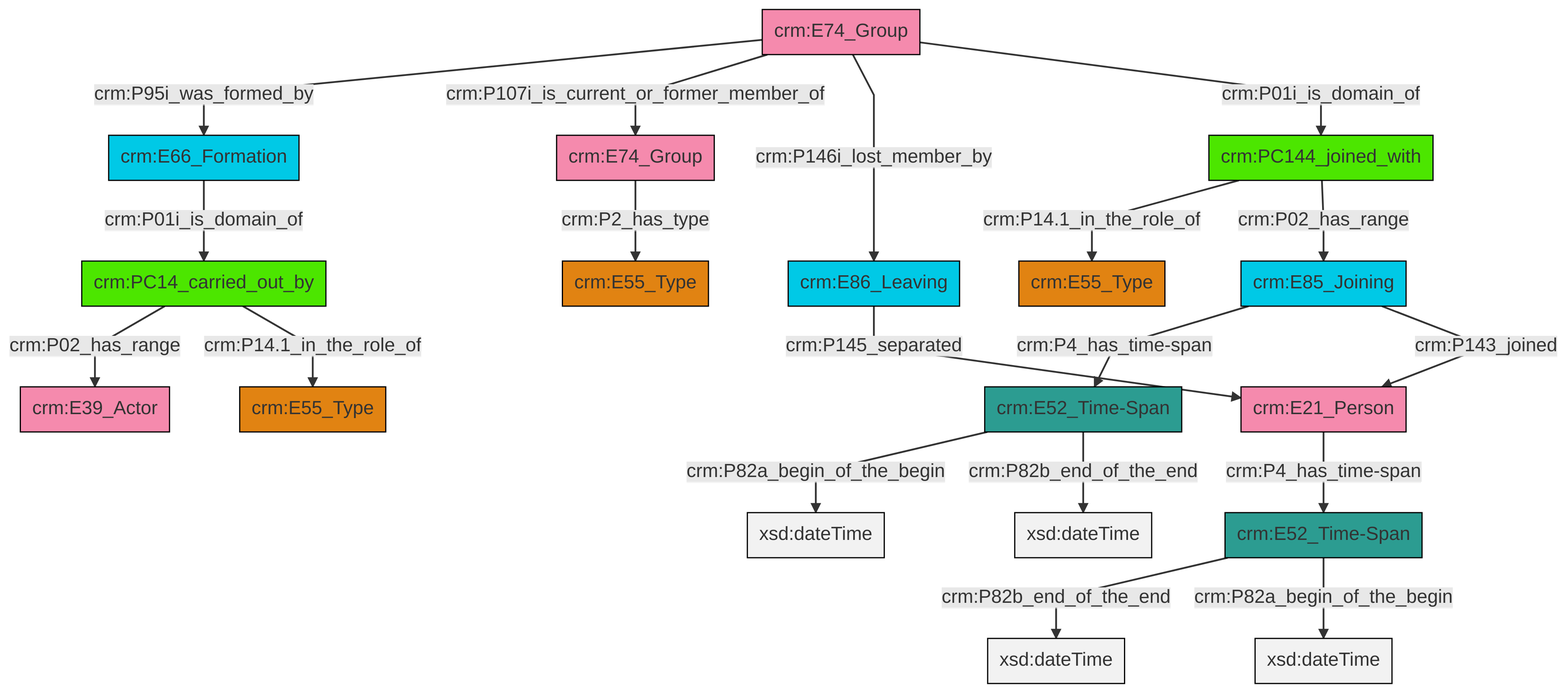
Above: et/groupCSV/ttl/mmd/png/group_actor_relations.png in swiss-art-research-net/reference-data-models (Mermaid), before the change. Its source is kept beside it as et/groupCSV/ttl/mmd/group_actor_relations.ttl.mmd.
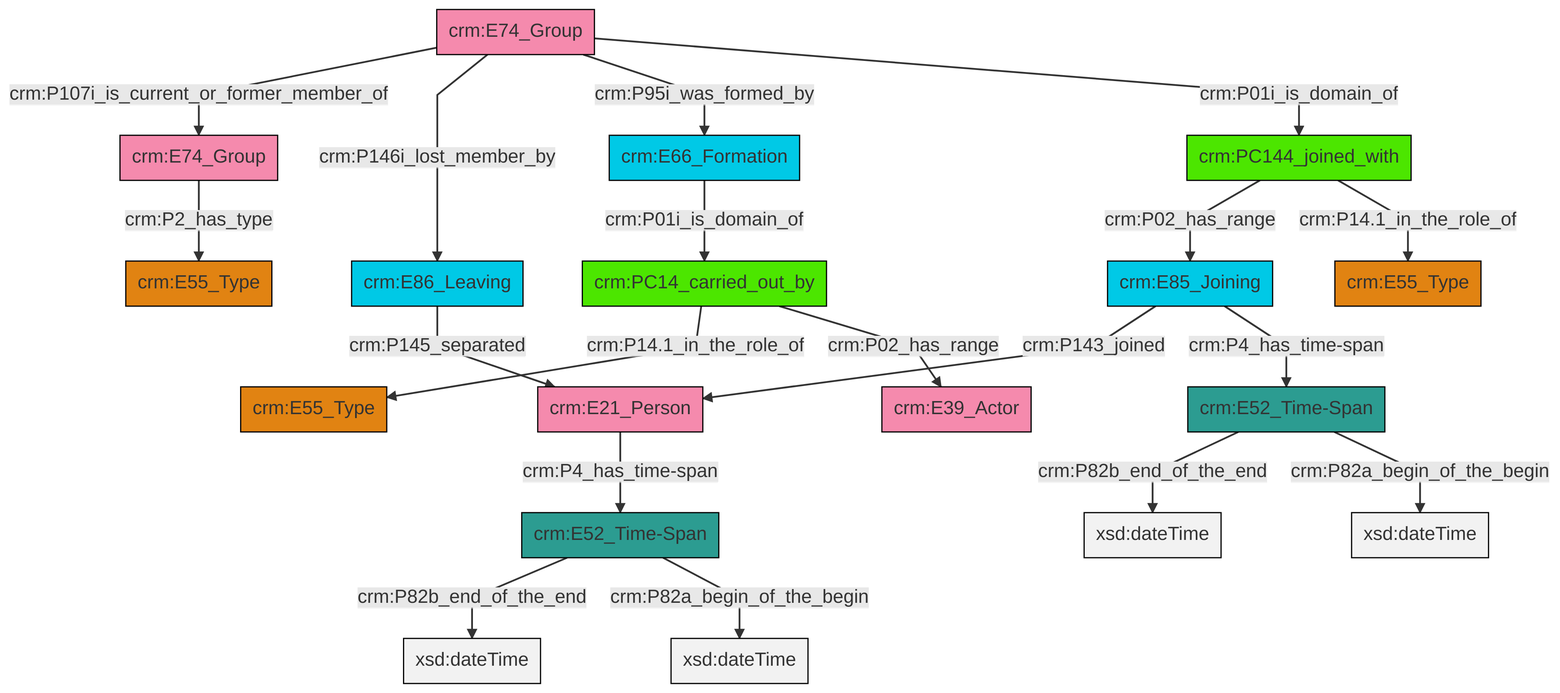
The same diagram one commit later.

What changed in the source:
```diff
@@ -13,21 +13,21 @@
 classDef PC_Classes fill:#4ce600, stroke:#000000;
 classDef Multi fill:#cccccc,stroke:#000000;
 
-0["crm:PC144_joined_with"]:::PC_Classes -->|crm:P14.1_in_the_role_of| 1["crm:E55_Type"]:::Type
-2["crm:E52_Time-Span"]:::Time-Span -->|crm:P82a_begin_of_the_begin| 4[xsd:dateTime]:::Literal
-5["crm:E52_Time-Span"]:::Time-Span -->|crm:P82b_end_of_the_end| 6[xsd:dateTime]:::Literal
-7["crm:E74_Group"]:::Actor -->|crm:P2_has_type| 8["crm:E55_Type"]:::Type
-9["crm:E74_Group"]:::Actor -->|crm:P95i_was_formed_by| 10["crm:E66_Formation"]:::Temporal_Entity
-9["crm:E74_Group"]:::Actor -->|crm:P107i_is_current_or_former_member_of| 7["crm:E74_Group"]:::Actor
-9["crm:E74_Group"]:::Actor -->|crm:P146i_lost_member_by| 13["crm:E86_Leaving"]:::Temporal_Entity
-13["crm:E86_Leaving"]:::Temporal_Entity -->|crm:P145_separated| 17["crm:E21_Person"]:::Actor
-18["crm:PC14_carried_out_by"]:::PC_Classes -->|crm:P02_has_range| 19["crm:E39_Actor"]:::Actor
-21["crm:E85_Joining"]:::Temporal_Entity -->|crm:P4_has_time-span| 2["crm:E52_Time-Span"]:::Time-Span
-10["crm:E66_Formation"]:::Temporal_Entity -->|crm:P01i_is_domain_of| 18["crm:PC14_carried_out_by"]:::PC_Classes
-21["crm:E85_Joining"]:::Temporal_Entity -->|crm:P143_joined| 17["crm:E21_Person"]:::Actor
-2["crm:E52_Time-Span"]:::Time-Span -->|crm:P82b_end_of_the_end| 25[xsd:dateTime]:::Literal
-9["crm:E74_Group"]:::Actor -->|crm:P01i_is_domain_of| 0["crm:PC144_joined_with"]:::PC_Classes
-5["crm:E52_Time-Span"]:::Time-Span -->|crm:P82a_begin_of_the_begin| 27[xsd:dateTime]:::Literal
-17["crm:E21_Person"]:::Actor -->|crm:P4_has_time-span| 5["crm:E52_Time-Span"]:::Time-Span
-0["crm:PC144_joined_with"]:::PC_Classes -->|crm:P02_has_range| 21["crm:E85_Joining"]:::Temporal_Entity
-18["crm:PC14_carried_out_by"]:::PC_Classes -->|crm:P14.1_in_the_role_of| 11["crm:E55_Type"]:::Type
+2["crm:E52_Time-Span"]:::Time-Span -->|crm:P82b_end_of_the_end| 3[xsd:dateTime]:::Literal
+0["crm:PC144_joined_with"]:::PC_Classes -->|crm:P02_has_range| 9["crm:E85_Joining"]:::Temporal_Entity
+10["crm:PC14_carried_out_by"]:::PC_Classes -->|crm:P14.1_in_the_role_of| 11["crm:E55_Type"]:::Type
+0["crm:PC144_joined_with"]:::PC_Classes -->|crm:P14.1_in_the_role_of| 14["crm:E55_Type"]:::Type
+19["crm:E74_Group"]:::Actor -->|crm:P107i_is_current_or_former_member_of| 4["crm:E74_Group"]:::Actor
+20["crm:E21_Person"]:::Actor -->|crm:P4_has_time-span| 7["crm:E52_Time-Span"]:::Time-Span
+19["crm:E74_Group"]:::Actor -->|crm:P146i_lost_member_by| 21["crm:E86_Leaving"]:::Temporal_Entity
+19["crm:E74_Group"]:::Actor -->|crm:P95i_was_formed_by| 12["crm:E66_Formation"]:::Temporal_Entity
+19["crm:E74_Group"]:::Actor -->|crm:P01i_is_domain_of| 0["crm:PC144_joined_with"]:::PC_Classes
+21["crm:E86_Leaving"]:::Temporal_Entity -->|crm:P145_separated| 20["crm:E21_Person"]:::Actor
+9["crm:E85_Joining"]:::Temporal_Entity -->|crm:P143_joined| 20["crm:E21_Person"]:::Actor
+7["crm:E52_Time-Span"]:::Time-Span -->|crm:P82b_end_of_the_end| 24[xsd:dateTime]:::Literal
+12["crm:E66_Formation"]:::Temporal_Entity -->|crm:P01i_is_domain_of| 10["crm:PC14_carried_out_by"]:::PC_Classes
+4["crm:E74_Group"]:::Actor -->|crm:P2_has_type| 17["crm:E55_Type"]:::Type
+7["crm:E52_Time-Span"]:::Time-Span -->|crm:P82a_begin_of_the_begin| 30[xsd:dateTime]:::Literal
+10["crm:PC14_carried_out_by"]:::PC_Classes -->|crm:P02_has_range| 31["crm:E39_Actor"]:::Actor
+9["crm:E85_Joining"]:::Temporal_Entity -->|crm:P4_has_time-span| 2["crm:E52_Time-Span"]:::Time-Span
+2["crm:E52_Time-Span"]:::Time-Span -->|crm:P82a_begin_of_the_begin| 33[xsd:dateTime]:::Literal
```
